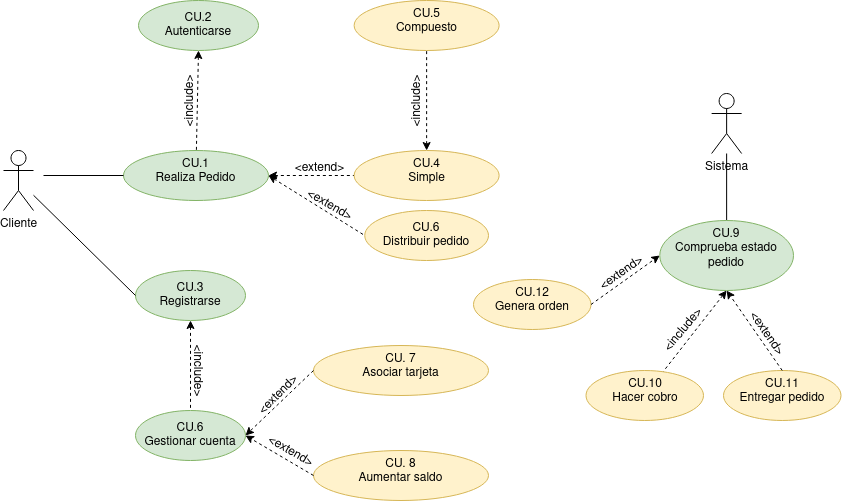
Before: Tareas/casosUso/Tarea5-Tienda Virtual/TiendaVirtual.drawio.png, a diagram exported from draw.io (colidom/ets). Source tidied: cells renumbered, new cells last; positions are measured from the earlier drawing's top-left corner, leaving out a move shared by most shapes.
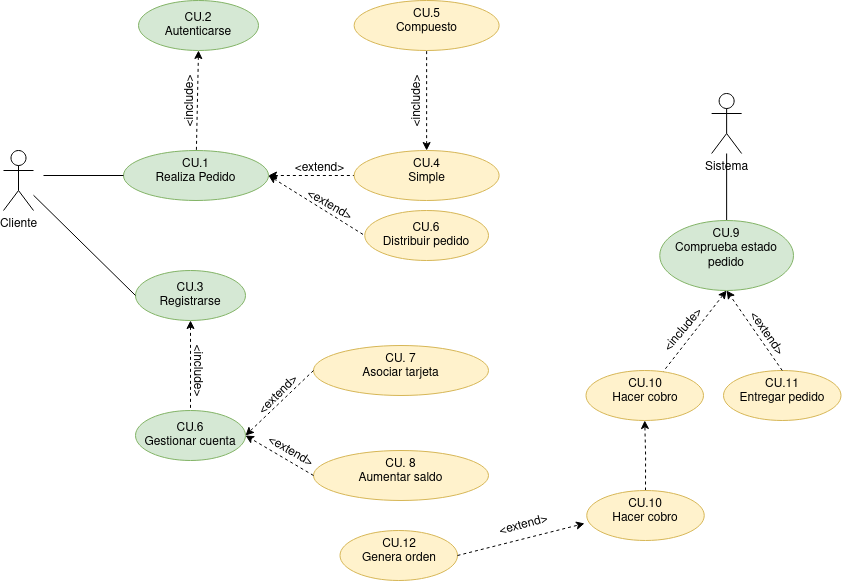
After the commit.

Change to the diagram source:
```diff
@@ -112,16 +112,22 @@
       <mxGeometry relative="1" as="geometry" />
     </mxCell>
     <mxCell id="37" value="CU.12&lt;br&gt;Genera orden" style="ellipse;whiteSpace=wrap;html=1;verticalAlign=top;fillColor=#fff2cc;strokeColor=#d6b656;" parent="1" vertex="1">
-      <mxGeometry x="470" y="279" width="117.5" height="50" as="geometry" />
+      <mxGeometry x="336.5" y="530" width="117.5" height="50" as="geometry" />
     </mxCell>
-    <mxCell id="38" value="&amp;lt;extend&amp;gt;" style="text;html=1;align=center;verticalAlign=middle;strokeColor=none;fillColor=none;rotation=-35;" parent="1" vertex="1">
-      <mxGeometry x="583.2" y="258" width="70" height="30" as="geometry" />
+    <mxCell id="38" value="&amp;lt;extend&amp;gt;" style="text;html=1;align=center;verticalAlign=middle;strokeColor=none;fillColor=none;rotation=-15;" parent="1" vertex="1">
+      <mxGeometry x="485" y="510" width="70" height="30" as="geometry" />
     </mxCell>
-    <mxCell id="39" style="endArrow=classic;html=1;rounded=0;exitX=1;exitY=0.5;exitDx=0;exitDy=0;dashed=1;entryX=0;entryY=0.5;entryDx=0;entryDy=0;" parent="1" edge="1" source="37" target="28">
+    <mxCell id="39" style="endArrow=classic;html=1;rounded=0;exitX=1;exitY=0.5;exitDx=0;exitDy=0;dashed=1;entryX=-0.019;entryY=0.66;entryDx=0;entryDy=0;entryPerimeter=0;" parent="1" edge="1" source="37" target="42">
       <mxGeometry relative="1" as="geometry" />
     </mxCell>
     <mxCell id="40" value="&amp;lt;include&amp;gt;" style="text;html=1;align=center;verticalAlign=middle;strokeColor=none;fillColor=none;rotation=-90;" parent="1" vertex="1">
       <mxGeometry x="374" y="86" width="80" height="30" as="geometry" />
     </mxCell>
+    <mxCell id="41" style="edgeStyle=orthogonalEdgeStyle;rounded=0;jettySize=auto;html=1;entryX=0.5;entryY=1;entryDx=0;entryDy=0;dashed=1;" parent="1" edge="1" source="42" target="29">
+      <mxGeometry relative="1" as="geometry" />
+    </mxCell>
+    <mxCell id="42" value="CU.10&lt;br&gt;Hacer cobro" style="ellipse;whiteSpace=wrap;html=1;verticalAlign=top;fillColor=#fff2cc;strokeColor=#d6b656;" parent="1" vertex="1">
+      <mxGeometry x="583.2" y="490" width="117.5" height="50" as="geometry" />
+    </mxCell>
   </root>
 </mxGraphModel>
```
